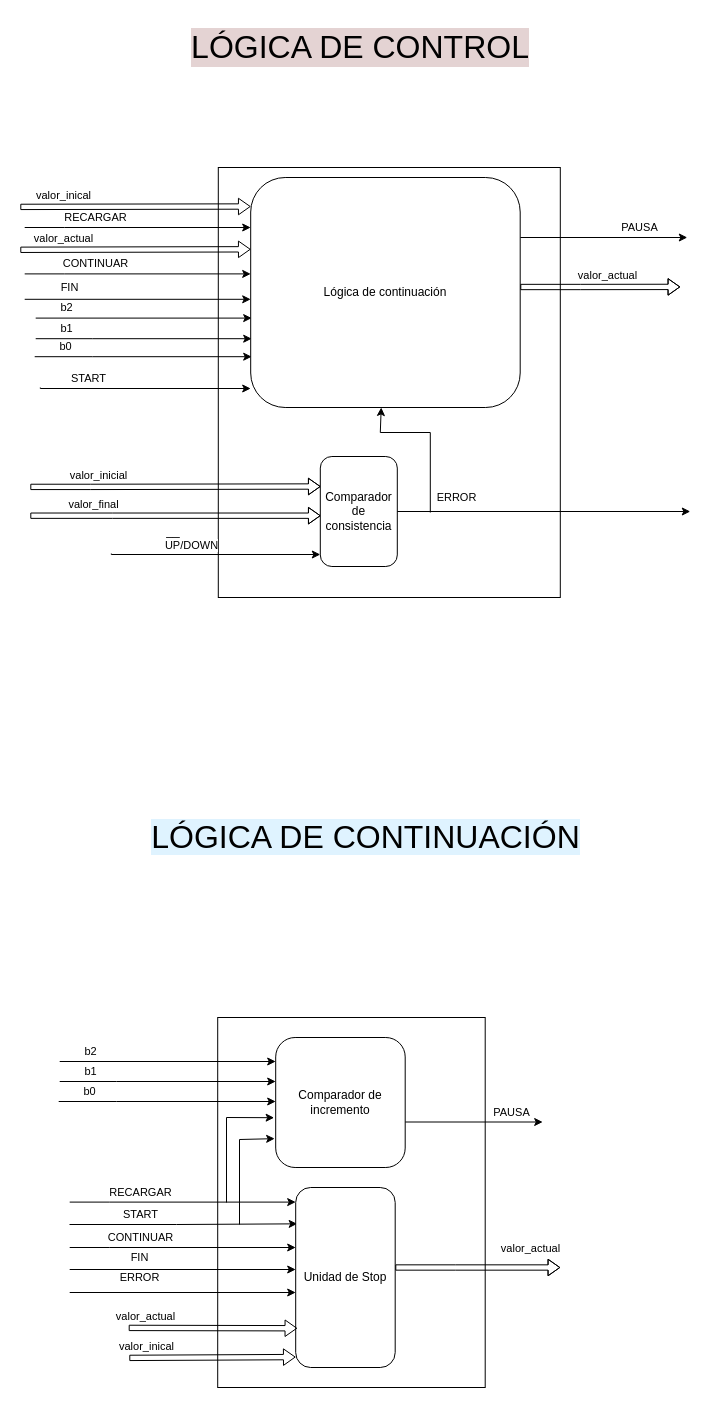
Above: page "LógicaDeControl" (4 of 6) of Integrador/Integrador.drawio in albertinap/IDL (draw.io), before the change. Source tidied: cells renumbered, new cells numbered last; positions are measured from the earlier drawing's top-left corner, leaving out a move shared by most shapes. Both pictures are drawn from the tidied source at 100%, with x=0, y=0 at pixel (20, 17).
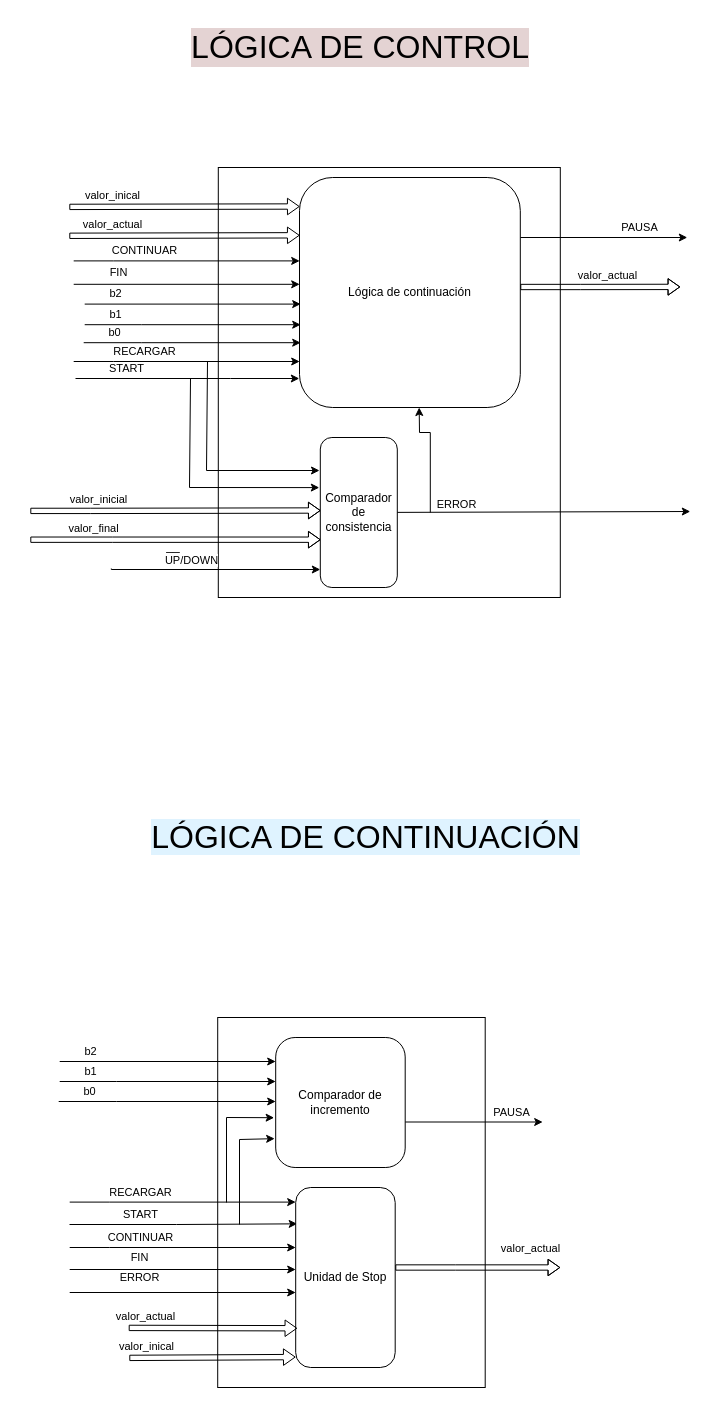
The same page after the edit.

What changed in the source:
```diff
@@
     <mxCell id="26" style="edgeStyle=orthogonalEdgeStyle;rounded=0;orthogonalLoop=1;jettySize=auto;html=1;" parent="1" edge="1">
       <mxGeometry relative="1" as="geometry">
-        <mxPoint x="15.2" y="321.2" as="sourcePoint" />
-        <mxPoint x="231.2" y="321.2" as="targetPoint" />
+        <mxPoint x="64.2" y="307.2" as="sourcePoint" />
+        <mxPoint x="280.2" y="307.2" as="targetPoint" />
         <Array as="points">
-          <mxPoint x="72.2" y="321.6" />
-          <mxPoint x="72.2" y="321.6" />
+          <mxPoint x="121.2" y="307.6" />
+          <mxPoint x="121.2" y="307.6" />
         </Array>
       </mxGeometry>
     </mxCell>
@@
     <mxCell id="28" style="edgeStyle=orthogonalEdgeStyle;rounded=0;orthogonalLoop=1;jettySize=auto;html=1;" parent="1" edge="1">
       <mxGeometry relative="1" as="geometry">
-        <mxPoint x="15.2" y="300.6" as="sourcePoint" />
-        <mxPoint x="231.2" y="300.6" as="targetPoint" />
+        <mxPoint x="64.2" y="286.6" as="sourcePoint" />
+        <mxPoint x="280.2" y="286.6" as="targetPoint" />
         <Array as="points">
-          <mxPoint x="15.2" y="300.6" />
+          <mxPoint x="64.2" y="286.6" />
         </Array>
       </mxGeometry>
     </mxCell>
@@
     <mxCell id="30" value="CONTINUAR" style="endArrow=classic;html=1;rounded=0;" parent="1" edge="1">
       <mxGeometry x="-0.37" y="10" relative="1" as="geometry">
-        <mxPoint x="4.2" y="256.4" as="sourcePoint" />
-        <mxPoint x="230.2" y="256.4" as="targetPoint" />
+        <mxPoint x="53.2" y="243.4" as="sourcePoint" />
+        <mxPoint x="279.2" y="243.4" as="targetPoint" />
         <Array as="points">
-          <mxPoint x="44.2" y="256.4" />
+          <mxPoint x="93.2" y="243.4" />
         </Array>
       </mxGeometry>
     </mxCell>
-    <mxCell id="31" style="edgeStyle=orthogonalEdgeStyle;rounded=0;jettySize=auto;html=1;" parent="1" edge="1" target="46">
+    <mxCell id="31" style="edgeStyle=orthogonalEdgeStyle;rounded=0;orthogonalLoop=1;jettySize=auto;html=1;" parent="1" edge="1">
       <mxGeometry relative="1" as="geometry">
-        <mxPoint x="19.8" y="370" as="sourcePoint" />
+        <mxPoint x="55" y="361" as="sourcePoint" />
+        <mxPoint x="278.8" y="361" as="targetPoint" />
         <Array as="points">
-          <mxPoint x="19.8" y="371" />
-          <mxPoint x="364.8" y="371" />
+          <mxPoint x="210" y="361" />
+          <mxPoint x="210" y="361" />
         </Array>
       </mxGeometry>
     </mxCell>
@@
     <mxCell id="33" style="edgeStyle=orthogonalEdgeStyle;rounded=0;orthogonalLoop=1;jettySize=auto;html=1;" parent="1" edge="1">
       <mxGeometry relative="1" as="geometry">
-        <mxPoint x="14.2" y="339.2" as="sourcePoint" />
-        <mxPoint x="231.2" y="339.2" as="targetPoint" />
+        <mxPoint x="63.2" y="325.2" as="sourcePoint" />
+        <mxPoint x="280.2" y="325.2" as="targetPoint" />
         <Array as="points">
-          <mxPoint x="72.2" y="339.6" />
-          <mxPoint x="72.2" y="339.6" />
+          <mxPoint x="121.2" y="325.6" />
+          <mxPoint x="121.2" y="325.6" />
         </Array>
       </mxGeometry>
     </mxCell>
@@
     <mxCell id="35" value="FIN" style="edgeStyle=orthogonalEdgeStyle;rounded=0;orthogonalLoop=1;jettySize=auto;html=1;" parent="1" edge="1">
       <mxGeometry x="-0.6" y="12" relative="1" as="geometry">
-        <mxPoint x="4.2" y="281.8" as="sourcePoint" />
-        <mxPoint x="230.2" y="281.8" as="targetPoint" />
+        <mxPoint x="53.2" y="266.8" as="sourcePoint" />
+        <mxPoint x="279.2" y="266.8" as="targetPoint" />
         <Array as="points">
-          <mxPoint x="4.2" y="281.8" />
+          <mxPoint x="53.2" y="266.8" />
         </Array>
       </mxGeometry>
     </mxCell>
     <mxCell id="36" style="shape=flexArrow;endArrow=none;startArrow=classic;html=1;rounded=0;width=5.348837209302326;endSize=3.5813953488372094;endWidth=10.151433207138995;startWidth=10.151433207138995;startSize=3.5813953488372094;endFill=0;" parent="1" edge="1">
       <mxGeometry relative="1" as="geometry">
-        <mxPoint x="300.2" y="469" as="sourcePoint" />
-        <mxPoint x="9.8" y="469.4" as="targetPoint" />
+        <mxPoint x="300.2" y="493" as="sourcePoint" />
+        <mxPoint x="9.8" y="493.4" as="targetPoint" />
         <Array as="points">
-          <mxPoint x="69.8" y="469.4" />
+          <mxPoint x="69.8" y="493.4" />
         </Array>
       </mxGeometry>
     </mxCell>
@@
     <mxCell id="38" style="shape=flexArrow;endArrow=none;startArrow=classic;html=1;rounded=0;width=5.348837209302326;endSize=3.5813953488372094;endWidth=10.151433207138995;startWidth=10.151433207138995;startSize=3.5813953488372094;endFill=0;" parent="1" edge="1">
       <mxGeometry relative="1" as="geometry">
-        <mxPoint x="300.2" y="498.2" as="sourcePoint" />
-        <mxPoint x="9.8" y="498.2" as="targetPoint" />
+        <mxPoint x="300.2" y="522.2" as="sourcePoint" />
+        <mxPoint x="9.8" y="522.2" as="targetPoint" />
         <Array as="points">
-          <mxPoint x="91.8" y="498.2" />
+          <mxPoint x="91.8" y="522.2" />
         </Array>
       </mxGeometry>
     </mxCell>
@@
     <mxCell id="41" value="Comparador de consistencia" style="rounded=1;whiteSpace=wrap;html=1;" parent="1" vertex="1">
-      <mxGeometry x="299.8" y="439" width="77" height="110" as="geometry" />
+      <mxGeometry x="299.8" y="420" width="77" height="150" as="geometry" />
     </mxCell>
     <mxCell id="42" style="group;" parent="1" vertex="1">
-      <mxGeometry x="90.8" y="499" width="92" height="38" as="geometry" />
+      <mxGeometry x="90.8" y="514" width="92" height="38" as="geometry" />
     </mxCell>
@@
     <mxCell id="46" value="Lógica de continuación" style="rounded=1;whiteSpace=wrap;html=1;" parent="1" vertex="1">
-      <mxGeometry x="230.2" y="160" width="269.5" height="230" as="geometry" />
+      <mxGeometry x="279" y="160" width="220.8" height="230" as="geometry" />
     </mxCell>
     <mxCell id="47" style="shape=flexArrow;endArrow=none;startArrow=classic;html=1;rounded=0;width=5.348837209302326;endSize=3.5813953488372094;endWidth=10.151433207138995;startWidth=10.151433207138995;startSize=3.5813953488372094;endFill=0;" parent="1" edge="1">
       <mxGeometry relative="1" as="geometry">
-        <mxPoint x="230.2" y="231.8" as="sourcePoint" />
-        <mxPoint x="-0.2" y="232" as="targetPoint" />
+        <mxPoint x="279.2" y="217.8" as="sourcePoint" />
+        <mxPoint x="48.8" y="218" as="targetPoint" />
         <Array as="points">
-          <mxPoint x="-0.2" y="232.3" />
+          <mxPoint x="48.8" y="218.3" />
         </Array>
       </mxGeometry>
     </mxCell>
@@
-    <mxCell id="52" style="endArrow=classic;html=1;rounded=0;" parent="1" edge="1" target="46">
+    <mxCell id="52" style="endArrow=classic;html=1;rounded=0;entryX=0.542;entryY=1;entryDx=0;entryDy=0;entryPerimeter=0;" parent="1" edge="1" target="46">
       <mxGeometry relative="1" as="geometry">
         <mxPoint x="409.8" y="495" as="sourcePoint" />
         <Array as="points">
           <mxPoint x="409.8" y="415" />
-          <mxPoint x="359.8" y="415" />
+          <mxPoint x="399" y="415" />
         </Array>
       </mxGeometry>
     </mxCell>
@@
     <mxCell id="54" value="RECARGAR" style="endArrow=classic;html=1;rounded=0;" parent="1" edge="1">
       <mxGeometry x="-0.37" y="10" relative="1" as="geometry">
-        <mxPoint x="4.2" y="210" as="sourcePoint" />
-        <mxPoint x="230.2" y="210" as="targetPoint" />
+        <mxPoint x="53.2" y="344" as="sourcePoint" />
+        <mxPoint x="279.2" y="344" as="targetPoint" />
         <Array as="points">
-          <mxPoint x="44.2" y="210" />
+          <mxPoint x="93.2" y="344" />
         </Array>
       </mxGeometry>
     </mxCell>
     <mxCell id="55" style="shape=flexArrow;endArrow=none;startArrow=classic;html=1;rounded=0;width=5.348837209302326;endSize=3.5813953488372094;endWidth=10.151433207138995;startWidth=10.151433207138995;startSize=3.5813953488372094;endFill=0;" parent="1" edge="1">
       <mxGeometry relative="1" as="geometry">
-        <mxPoint x="230.2" y="189" as="sourcePoint" />
-        <mxPoint x="-0.2" y="189.2" as="targetPoint" />
+        <mxPoint x="279.2" y="189" as="sourcePoint" />
+        <mxPoint x="48.8" y="189.2" as="targetPoint" />
         <Array as="points">
-          <mxPoint x="-0.2" y="189.4" />
+          <mxPoint x="48.8" y="189.4" />
         </Array>
       </mxGeometry>
     </mxCell>
@@
+    <mxCell id="61" style="endArrow=classic;html=1;rounded=0;entryX=-0.013;entryY=0.334;entryDx=0;entryDy=0;entryPerimeter=0;" parent="1" edge="1" target="41">
+      <mxGeometry relative="1" as="geometry">
+        <mxPoint x="170" y="361" as="sourcePoint" />
+        <Array as="points">
+          <mxPoint x="169" y="470" />
+        </Array>
+      </mxGeometry>
+    </mxCell>
+    <mxCell id="62" style="endArrow=classic;html=1;rounded=0;" parent="1" edge="1">
+      <mxGeometry relative="1" as="geometry">
+        <mxPoint x="187" y="344" as="sourcePoint" />
+        <mxPoint x="299" y="453" as="targetPoint" />
+        <Array as="points">
+          <mxPoint x="186" y="453" />
+        </Array>
+      </mxGeometry>
+    </mxCell>
```
